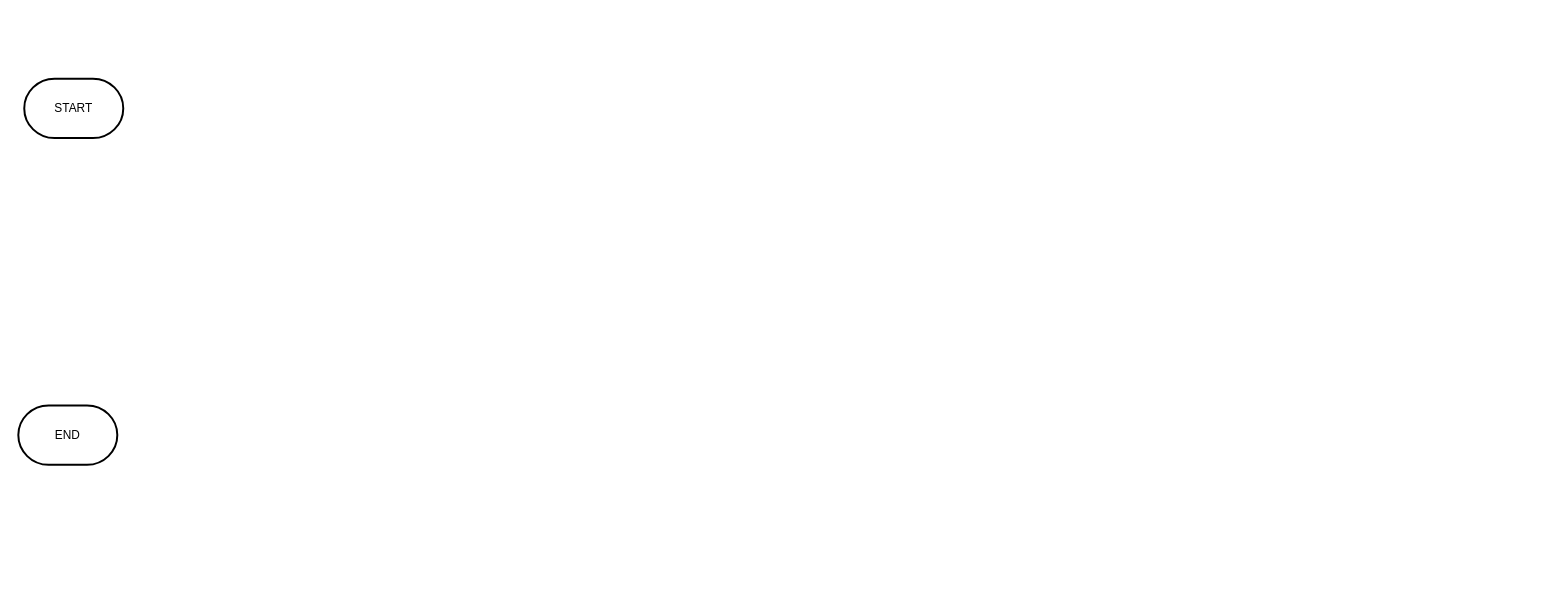
Earlier version of the draw.io diagram erd.drawio (ujangPNG/tugas-besar-laravel). Source tidied: cells renumbered, new cells numbered last; positions are measured from the earlier drawing's top-left corner, leaving out a move shared by most shapes. Both pictures are drawn from the tidied source at 99%, with x=0, y=0 at pixel (18, 78).
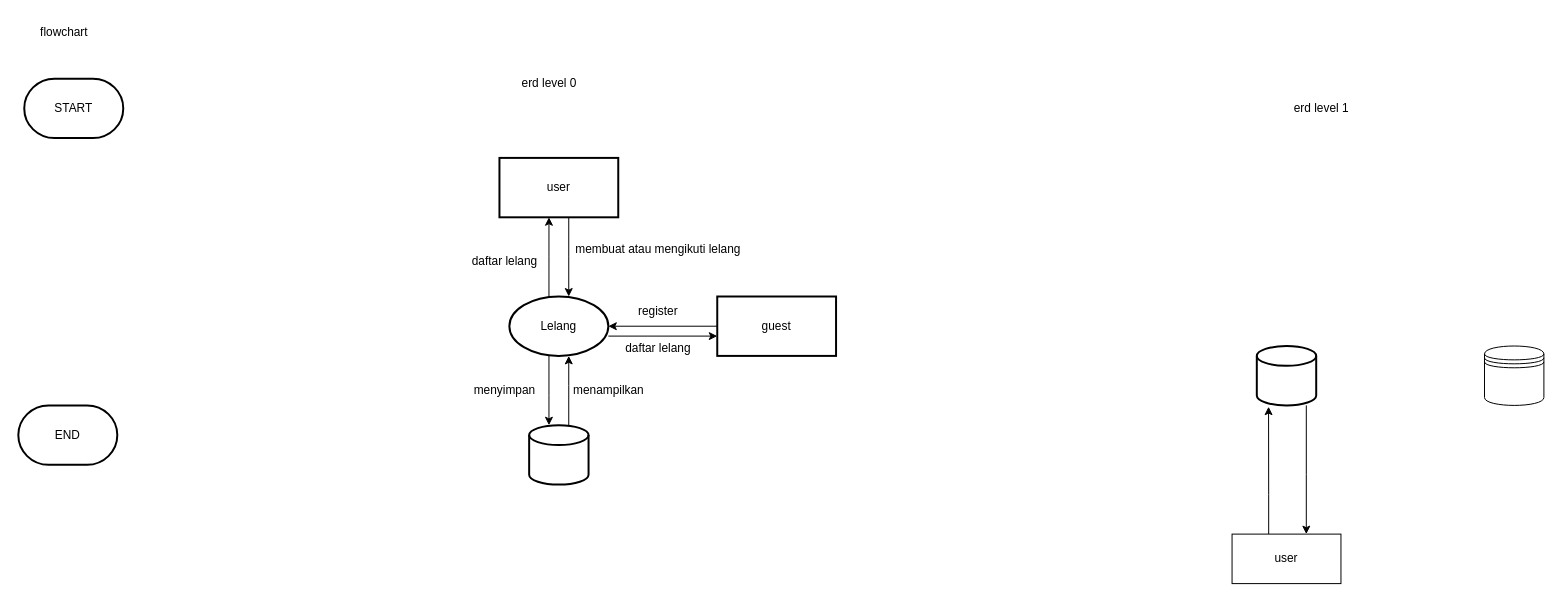
After the change.

What changed in the source:
```diff
@@
+    <mxCell id="4" value="flowchart" style="text;html=1;align=center;verticalAlign=middle;strokeColor=none;fillColor=none;" parent="1" vertex="1">
+      <mxGeometry x="11" y="-62" width="70" height="30" as="geometry" />
+    </mxCell>
+    <mxCell id="5" value="erd level 0" style="text;html=1;align=center;verticalAlign=middle;strokeColor=none;fillColor=none;" parent="1" vertex="1">
+      <mxGeometry x="496" y="-10" width="80" height="30" as="geometry" />
+    </mxCell>
+    <mxCell id="6" style="shape=datastore;whiteSpace=wrap;html=1;" parent="1" vertex="1">
+      <mxGeometry x="1481" y="270" width="60" height="60" as="geometry" />
+    </mxCell>
+    <mxCell id="7" style="edgeStyle=orthogonalEdgeStyle;rounded=0;jettySize=auto;html=1;" parent="1" edge="1" source="8" target="10">
+      <mxGeometry relative="1" as="geometry">
+        <Array as="points">
+          <mxPoint x="1301" y="400" />
+          <mxPoint x="1301" y="400" />
+        </Array>
+      </mxGeometry>
+    </mxCell>
+    <mxCell id="8" style="strokeWidth=2;html=1;shape=mxgraph.flowchart.database;whiteSpace=wrap;" parent="1" vertex="1">
+      <mxGeometry x="1251" y="270" width="60" height="60" as="geometry" />
+    </mxCell>
+    <mxCell id="9" style="edgeStyle=orthogonalEdgeStyle;rounded=0;jettySize=auto;html=1;entryX=0.198;entryY=1.022;entryDx=0;entryDy=0;entryPerimeter=0;" parent="1" edge="1" source="10" target="8">
+      <mxGeometry relative="1" as="geometry">
+        <Array as="points">
+          <mxPoint x="1263" y="420" />
+          <mxPoint x="1263" y="420" />
+        </Array>
+      </mxGeometry>
+    </mxCell>
+    <mxCell id="10" value="user" style="html=1;whiteSpace=wrap;" parent="1" vertex="1">
+      <mxGeometry x="1226" y="460" width="110" height="50" as="geometry" />
+    </mxCell>
+    <mxCell id="11" style="edgeStyle=orthogonalEdgeStyle;rounded=0;jettySize=auto;html=1;" parent="1" edge="1" source="14" target="16">
+      <mxGeometry relative="1" as="geometry">
+        <Array as="points">
+          <mxPoint x="536" y="180" />
+          <mxPoint x="536" y="180" />
+        </Array>
+      </mxGeometry>
+    </mxCell>
+    <mxCell id="12" style="edgeStyle=orthogonalEdgeStyle;rounded=0;jettySize=auto;html=1;" parent="1" edge="1" source="14" target="18">
+      <mxGeometry relative="1" as="geometry">
+        <Array as="points">
+          <mxPoint x="636" y="260" />
+          <mxPoint x="636" y="260" />
+        </Array>
+      </mxGeometry>
+    </mxCell>
+    <mxCell id="13" style="edgeStyle=orthogonalEdgeStyle;rounded=0;jettySize=auto;html=1;" parent="1" edge="1" source="14" target="20">
+      <mxGeometry relative="1" as="geometry">
+        <Array as="points">
+          <mxPoint x="536" y="320" />
+          <mxPoint x="536" y="320" />
+        </Array>
+      </mxGeometry>
+    </mxCell>
+    <mxCell id="14" value="Lelang" style="strokeWidth=2;html=1;shape=mxgraph.flowchart.start_1;whiteSpace=wrap;" parent="1" vertex="1">
+      <mxGeometry x="496" y="220" width="100" height="60" as="geometry" />
+    </mxCell>
+    <mxCell id="15" style="edgeStyle=orthogonalEdgeStyle;rounded=0;jettySize=auto;html=1;" parent="1" edge="1" source="16" target="14">
+      <mxGeometry relative="1" as="geometry">
+        <Array as="points">
+          <mxPoint x="556" y="180" />
+          <mxPoint x="556" y="180" />
+        </Array>
+      </mxGeometry>
+    </mxCell>
+    <mxCell id="16" value="user" style="whiteSpace=wrap;html=1;strokeWidth=2;" parent="1" vertex="1">
+      <mxGeometry x="486" y="80" width="120" height="60" as="geometry" />
+    </mxCell>
+    <mxCell id="17" style="edgeStyle=orthogonalEdgeStyle;rounded=0;jettySize=auto;html=1;" parent="1" edge="1" source="18" target="14">
+      <mxGeometry relative="1" as="geometry" />
+    </mxCell>
+    <mxCell id="18" value="guest" style="whiteSpace=wrap;html=1;strokeWidth=2;" parent="1" vertex="1">
+      <mxGeometry x="706" y="220" width="120" height="60" as="geometry" />
+    </mxCell>
+    <mxCell id="19" style="edgeStyle=orthogonalEdgeStyle;rounded=0;jettySize=auto;html=1;" parent="1" edge="1" source="20" target="14">
+      <mxGeometry relative="1" as="geometry">
+        <Array as="points">
+          <mxPoint x="556" y="310" />
+          <mxPoint x="556" y="310" />
+        </Array>
+      </mxGeometry>
+    </mxCell>
+    <mxCell id="20" style="strokeWidth=2;html=1;shape=mxgraph.flowchart.database;whiteSpace=wrap;" parent="1" vertex="1">
+      <mxGeometry x="516" y="350" width="60" height="60" as="geometry" />
+    </mxCell>
+    <mxCell id="21" value="register" style="text;html=1;align=center;verticalAlign=middle;strokeColor=none;fillColor=none;" parent="1" vertex="1">
+      <mxGeometry x="616" y="220" width="60" height="30" as="geometry" />
+    </mxCell>
+    <mxCell id="22" value="daftar lelang" style="text;html=1;align=center;verticalAlign=middle;strokeColor=none;fillColor=none;" parent="1" vertex="1">
+      <mxGeometry x="601" y="258" width="90" height="30" as="geometry" />
+    </mxCell>
+    <mxCell id="23" value="daftar lelang" style="text;html=1;align=center;verticalAlign=middle;strokeColor=none;fillColor=none;" parent="1" vertex="1">
+      <mxGeometry x="446" y="170" width="90" height="30" as="geometry" />
+    </mxCell>
+    <mxCell id="24" value="membuat atau mengikuti lelang" style="text;html=1;align=center;verticalAlign=middle;strokeColor=none;fillColor=none;" parent="1" vertex="1">
+      <mxGeometry x="551" y="158" width="190" height="30" as="geometry" />
+    </mxCell>
+    <mxCell id="25" value="menyimpan" style="text;html=1;align=center;verticalAlign=middle;strokeColor=none;fillColor=none;" parent="1" vertex="1">
+      <mxGeometry x="446" y="300" width="90" height="30" as="geometry" />
+    </mxCell>
+    <mxCell id="26" value="menampilkan" style="text;html=1;align=center;verticalAlign=middle;strokeColor=none;fillColor=none;" parent="1" vertex="1">
+      <mxGeometry x="551" y="300" width="90" height="30" as="geometry" />
+    </mxCell>
+    <mxCell id="27" value="erd level 1" style="text;html=1;align=center;verticalAlign=middle;strokeColor=none;fillColor=none;" parent="1" vertex="1">
+      <mxGeometry x="1276" y="15" width="80" height="30" as="geometry" />
+    </mxCell>
```
